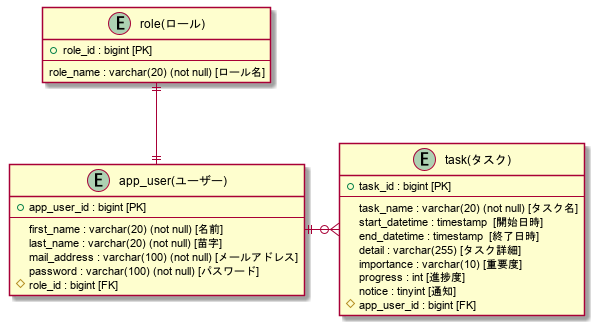
Earlier version of the PlantUML export plantuml/db_er.png (yasusi-1234/my_todo_application).
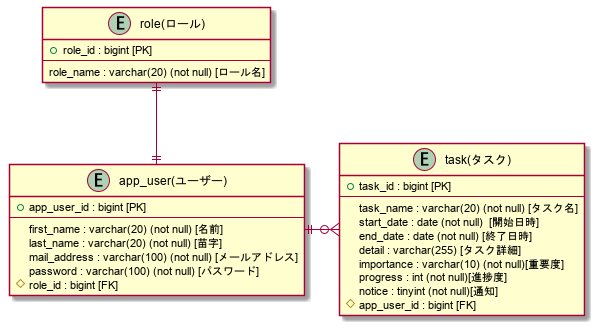
The same file after the commit.

What changed in the source:
```diff
@@ -20,12 +20,12 @@
     + task_id : bigint [PK]
     --
     task_name : varchar(20) (not null) [タスク名]
-    start_datetime : timestamp  [開始日時]
-    end_datetime : timestamp  [終了日時]
+    start_date : date (not null)  [開始日時]
+    end_date : date (not null) [終了日時]
     detail : varchar(255) [タスク詳細]
-    importance : varchar(10) [重要度]
-    progress : int [進捗度]
-    notice : tinyint [通知]
+    importance : varchar(10) (not null)[重要度]
+    progress : int (not null)[進捗度]
+    notice : tinyint (not null)[通知]
     # app_user_id : bigint [FK]
 }
 
```
